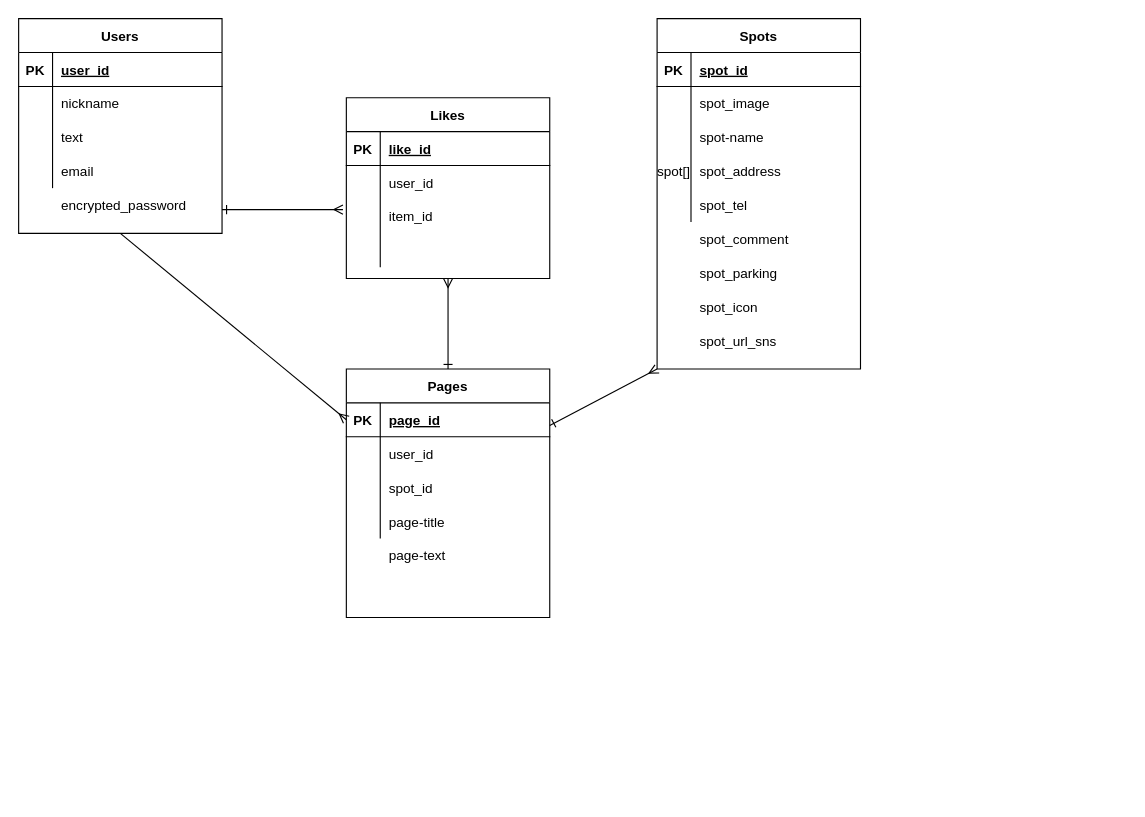
1030tm/tyorippu2 keeps this draw.io diagram as tyorippu.er.dio. Above is the earlier version. Source tidied: cells renumbered, new cells numbered last; positions are measured from the earlier drawing's top-left corner, leaving out a move shared by most shapes. Both pictures are drawn from the tidied source at 113%, with x=0, y=0 at pixel (18, 18).
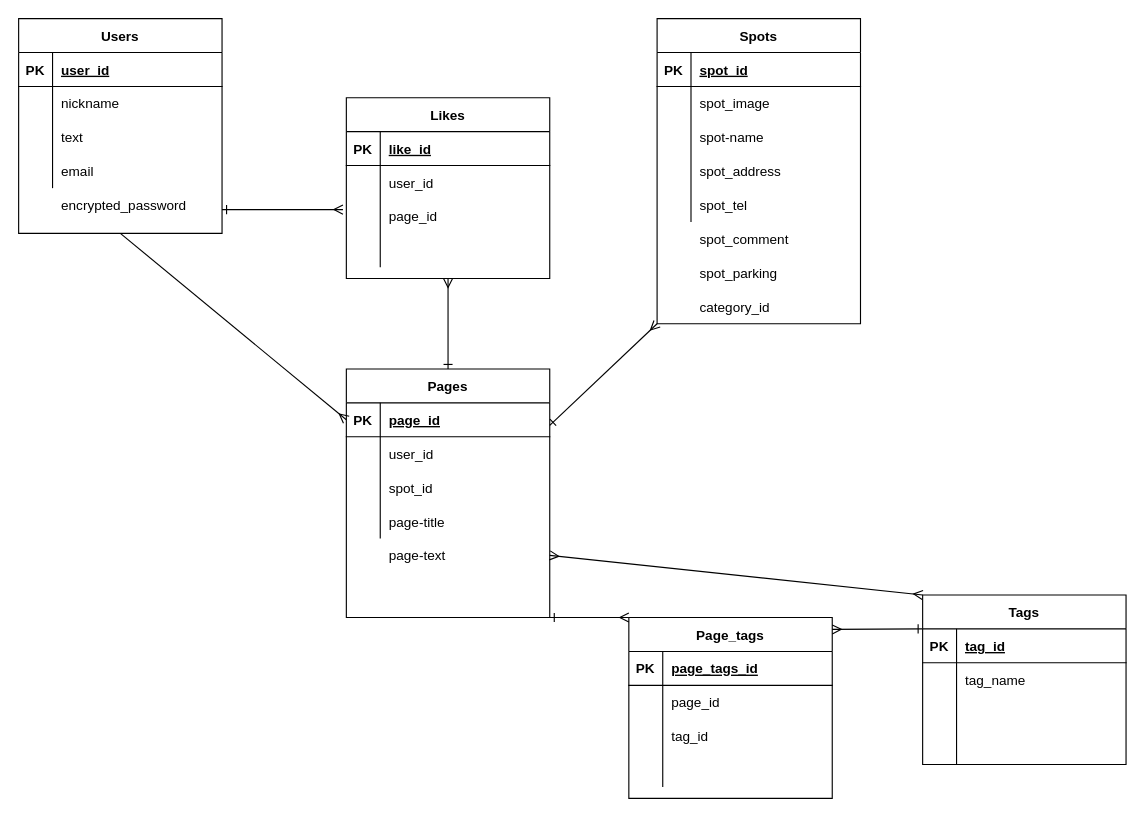
The same page after the edit.

Commit message (it also covers changes not shown here):
データ設計図

The change refers to these unchanged cells:
```xml
<mxCell id="24" style="shape=partialRectangle;fillColor=none;top=0;left=0;bottom=0;right=0;" parent="17" vertex="1">
  <mxGeometry y="90" width="180" height="30" as="geometry" />
</mxCell>
<mxCell id="40" style="shape=partialRectangle;fillColor=none;top=0;left=0;bottom=0;right=0;" parent="30" vertex="1">
  <mxGeometry y="120" width="180" height="30" as="geometry" />
</mxCell>
<mxCell id="54" value="Pages" style="shape=table;startSize=30;childLayout=tableLayout;rowLines=0;fontStyle=1;align=center;" parent="1" vertex="1">
  <mxGeometry x="290" y="310" width="180" height="220" as="geometry" />
</mxCell>
```

Change to the diagram source:
```diff
@@
-    <mxCell id="26" value="item_id" style="shape=partialRectangle;fillColor=none;top=0;left=0;bottom=0;right=0;align=left;spacingLeft=6;overflow=hidden;" parent="24" vertex="1">
+    <mxCell id="26" value="page_id" style="shape=partialRectangle;fillColor=none;top=0;left=0;bottom=0;right=0;align=left;spacingLeft=6;overflow=hidden;" parent="24" vertex="1">
       <mxGeometry x="30" width="150" height="30" as="geometry" />
     </mxCell>
@@
     <mxCell id="30" value="Spots" style="shape=table;startSize=30;childLayout=tableLayout;rowLines=0;fontStyle=1;align=center;" parent="1" vertex="1">
-      <mxGeometry x="565" width="180" height="310" as="geometry" />
+      <mxGeometry x="565" width="180" height="270" as="geometry" />
     </mxCell>
@@
-    <mxCell id="41" value="spot[]" style="shape=partialRectangle;fillColor=none;top=0;left=0;bottom=0;right=0;overflow=hidden;" parent="40" vertex="1">
+    <mxCell id="41" style="shape=partialRectangle;fillColor=none;top=0;left=0;bottom=0;right=0;overflow=hidden;" parent="40" vertex="1">
       <mxGeometry width="30" height="30" as="geometry" />
     </mxCell>
@@
-    <mxCell id="49" value="spot_icon" style="shape=partialRectangle;fillColor=none;top=0;left=0;bottom=0;right=0;align=left;spacingLeft=6;overflow=hidden;" parent="1" vertex="1">
-      <mxGeometry x="595" y="240" width="150" height="30" as="geometry" />
-    </mxCell>
@@
-    <mxCell id="53" value="spot_url_sns" style="shape=partialRectangle;fillColor=none;top=0;left=0;bottom=0;right=0;align=left;spacingLeft=6;overflow=hidden;" parent="1" vertex="1">
-      <mxGeometry x="595" y="270" width="150" height="30" as="geometry" />
-    </mxCell>
@@
+    <mxCell id="69" value="Tags" style="shape=table;startSize=30;childLayout=tableLayout;rowLines=0;fontStyle=1;align=center;" parent="1" vertex="1">
+      <mxGeometry x="800" y="510" width="180" height="150" as="geometry" />
+    </mxCell>
+    <mxCell id="70" style="shape=partialRectangle;fillColor=none;top=0;left=0;bottom=1;right=0;" parent="69" vertex="1">
+      <mxGeometry y="30" width="180" height="30" as="geometry" />
+    </mxCell>
+    <mxCell id="71" value="PK" style="shape=partialRectangle;fillColor=none;top=0;left=0;bottom=0;right=0;fontStyle=1;overflow=hidden;" parent="70" vertex="1">
+      <mxGeometry width="30" height="30" as="geometry" />
+    </mxCell>
+    <mxCell id="72" value="tag_id" style="shape=partialRectangle;fillColor=none;top=0;left=0;bottom=0;right=0;align=left;spacingLeft=6;fontStyle=5;overflow=hidden;" parent="70" vertex="1">
+      <mxGeometry x="30" width="150" height="30" as="geometry" />
+    </mxCell>
+    <mxCell id="73" style="shape=partialRectangle;fillColor=none;top=0;left=0;bottom=0;right=0;" parent="69" vertex="1">
+      <mxGeometry y="60" width="180" height="30" as="geometry" />
+    </mxCell>
+    <mxCell id="74" style="shape=partialRectangle;fillColor=none;top=0;left=0;bottom=0;right=0;overflow=hidden;" parent="73" vertex="1">
+      <mxGeometry width="30" height="30" as="geometry" />
+    </mxCell>
+    <mxCell id="75" value="tag_name" style="shape=partialRectangle;fillColor=none;top=0;left=0;bottom=0;right=0;align=left;spacingLeft=6;overflow=hidden;" parent="73" vertex="1">
+      <mxGeometry x="30" width="150" height="30" as="geometry" />
+    </mxCell>
+    <mxCell id="76" style="shape=partialRectangle;fillColor=none;top=0;left=0;bottom=0;right=0;" parent="69" vertex="1">
+      <mxGeometry y="90" width="180" height="30" as="geometry" />
+    </mxCell>
+    <mxCell id="77" style="shape=partialRectangle;fillColor=none;top=0;left=0;bottom=0;right=0;overflow=hidden;" parent="76" vertex="1">
+      <mxGeometry width="30" height="30" as="geometry" />
+    </mxCell>
+    <mxCell id="78" style="shape=partialRectangle;fillColor=none;top=0;left=0;bottom=0;right=0;align=left;spacingLeft=6;overflow=hidden;" parent="76" vertex="1">
+      <mxGeometry x="30" width="150" height="30" as="geometry" />
+    </mxCell>
+    <mxCell id="79" style="shape=partialRectangle;fillColor=none;top=0;left=0;bottom=0;right=0;" parent="69" vertex="1">
+      <mxGeometry y="120" width="180" height="30" as="geometry" />
+    </mxCell>
+    <mxCell id="80" style="shape=partialRectangle;fillColor=none;top=0;left=0;bottom=0;right=0;overflow=hidden;" parent="79" vertex="1">
+      <mxGeometry width="30" height="30" as="geometry" />
+    </mxCell>
+    <mxCell id="81" style="shape=partialRectangle;fillColor=none;top=0;left=0;bottom=0;right=0;align=left;spacingLeft=6;overflow=hidden;" parent="79" vertex="1">
+      <mxGeometry x="30" width="150" height="30" as="geometry" />
+    </mxCell>
+    <mxCell id="82" value="Page_tags" style="shape=table;startSize=30;childLayout=tableLayout;rowLines=0;fontStyle=1;align=center;" parent="1" vertex="1">
+      <mxGeometry x="540" y="530" width="180" height="160" as="geometry" />
+    </mxCell>
+    <mxCell id="83" style="shape=partialRectangle;fillColor=none;top=0;left=0;bottom=1;right=0;" parent="82" vertex="1">
+      <mxGeometry y="30" width="180" height="30" as="geometry" />
+    </mxCell>
+    <mxCell id="84" value="PK" style="shape=partialRectangle;fillColor=none;top=0;left=0;bottom=0;right=0;fontStyle=1;overflow=hidden;" parent="83" vertex="1">
+      <mxGeometry width="30" height="30" as="geometry" />
+    </mxCell>
+    <mxCell id="85" value="page_tags_id" style="shape=partialRectangle;fillColor=none;top=0;left=0;bottom=0;right=0;align=left;spacingLeft=6;fontStyle=5;overflow=hidden;" parent="83" vertex="1">
+      <mxGeometry x="30" width="150" height="30" as="geometry" />
+    </mxCell>
+    <mxCell id="86" style="shape=partialRectangle;fillColor=none;top=0;left=0;bottom=0;right=0;" parent="82" vertex="1">
+      <mxGeometry y="60" width="180" height="30" as="geometry" />
+    </mxCell>
+    <mxCell id="87" style="shape=partialRectangle;fillColor=none;top=0;left=0;bottom=0;right=0;overflow=hidden;" parent="86" vertex="1">
+      <mxGeometry width="30" height="30" as="geometry" />
+    </mxCell>
+    <mxCell id="88" value="page_id" style="shape=partialRectangle;fillColor=none;top=0;left=0;bottom=0;right=0;align=left;spacingLeft=6;overflow=hidden;" parent="86" vertex="1">
+      <mxGeometry x="30" width="150" height="30" as="geometry" />
+    </mxCell>
+    <mxCell id="89" style="shape=partialRectangle;fillColor=none;top=0;left=0;bottom=0;right=0;" parent="82" vertex="1">
+      <mxGeometry y="90" width="180" height="30" as="geometry" />
+    </mxCell>
+    <mxCell id="90" style="shape=partialRectangle;fillColor=none;top=0;left=0;bottom=0;right=0;overflow=hidden;" parent="89" vertex="1">
+      <mxGeometry width="30" height="30" as="geometry" />
+    </mxCell>
+    <mxCell id="91" value="tag_id" style="shape=partialRectangle;fillColor=none;top=0;left=0;bottom=0;right=0;align=left;spacingLeft=6;overflow=hidden;" parent="89" vertex="1">
+      <mxGeometry x="30" width="150" height="30" as="geometry" />
+    </mxCell>
+    <mxCell id="92" style="shape=partialRectangle;fillColor=none;top=0;left=0;bottom=0;right=0;" parent="82" vertex="1">
+      <mxGeometry y="120" width="180" height="30" as="geometry" />
+    </mxCell>
+    <mxCell id="93" style="shape=partialRectangle;fillColor=none;top=0;left=0;bottom=0;right=0;overflow=hidden;" parent="92" vertex="1">
+      <mxGeometry width="30" height="30" as="geometry" />
+    </mxCell>
+    <mxCell id="94" style="shape=partialRectangle;fillColor=none;top=0;left=0;bottom=0;right=0;align=left;spacingLeft=6;overflow=hidden;" parent="92" vertex="1">
+      <mxGeometry x="30" width="150" height="30" as="geometry" />
+    </mxCell>
+    <mxCell id="95" style="fontSize=12;html=1;endArrow=ERmany;startArrow=ERone;startFill=0;entryX=0;entryY=0;entryDx=0;entryDy=0;exitX=1;exitY=1;exitDx=0;exitDy=0;" parent="1" edge="1" source="54" target="82">
+      <mxGeometry relative="1" as="geometry" />
+    </mxCell>
+    <mxCell id="96" style="fontSize=12;html=1;endArrow=ERone;startArrow=ERmany;startFill=0;exitX=1;exitY=0.5;exitDx=0;exitDy=0;endFill=0;" parent="1" edge="1">
+      <mxGeometry relative="1" as="geometry">
+        <mxPoint x="720" y="540.5" as="sourcePoint" />
+        <mxPoint x="800" y="540" as="targetPoint" />
+      </mxGeometry>
+    </mxCell>
+    <mxCell id="97" style="fontSize=12;html=1;endArrow=ERmany;startArrow=ERmany;startFill=0;exitX=1;exitY=0.5;exitDx=0;exitDy=0;entryX=0;entryY=0;entryDx=0;entryDy=0;" parent="1" edge="1" target="69">
+      <mxGeometry relative="1" as="geometry">
+        <mxPoint x="470" y="475" as="sourcePoint" />
+      </mxGeometry>
+    </mxCell>
+    <mxCell id="98" style="shape=table;startSize=0;childLayout=tableLayout;rowLines=0;fontStyle=0;align=center;strokeColor=none;fillColor=none;" parent="1" vertex="1">
+      <mxGeometry x="565" y="240" width="180" height="30" as="geometry" />
+    </mxCell>
+    <mxCell id="99" style="shape=partialRectangle;fillColor=none;top=0;left=0;bottom=0;right=0;" parent="98" vertex="1">
+      <mxGeometry width="180" height="30" as="geometry" />
+    </mxCell>
+    <mxCell id="100" style="shape=partialRectangle;fillColor=none;top=0;left=0;bottom=0;right=0;overflow=hidden;" parent="99" vertex="1">
+      <mxGeometry width="30" height="30" as="geometry" />
+    </mxCell>
+    <mxCell id="101" value="category_id" style="shape=partialRectangle;fillColor=none;top=0;left=0;bottom=0;right=0;align=left;spacingLeft=6;overflow=hidden;" parent="99" vertex="1">
+      <mxGeometry x="30" width="150" height="30" as="geometry" />
+    </mxCell>
```
